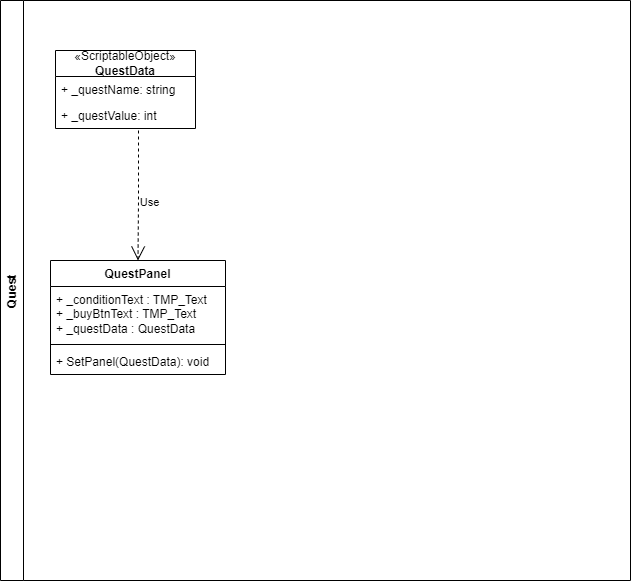
The draw.io diagram Restaurant_Tycoon.drawio.png in jiye-stingray/Restaurant_Tycoon, before a commit. Source tidied: cells renumbered, new cells last; positions are measured from the earlier drawing's top-left corner, leaving out a move shared by most shapes.
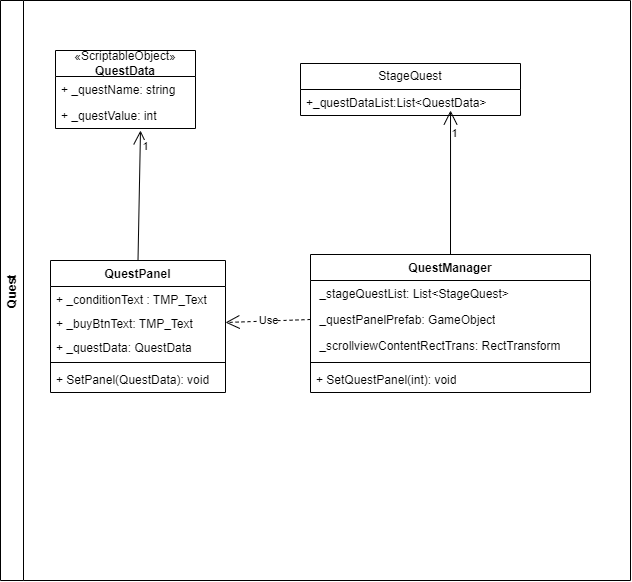
Later version of the same file.

Diff of the diagram source:
```diff
@@ -15,24 +15,63 @@
       <mxGeometry y="52" width="140" height="26" as="geometry" />
     </mxCell>
     <mxCell id="6" value="QuestPanel" style="swimlane;fontStyle=1;align=center;verticalAlign=top;horizontal=1;startSize=26;whiteSpace=wrap;html=1;" parent="2" vertex="1">
-      <mxGeometry x="50" y="260" width="175" height="114" as="geometry" />
+      <mxGeometry x="50" y="260" width="175" height="132" as="geometry" />
     </mxCell>
-    <mxCell id="7" value="+ _conditionText : TMP_Text&lt;br&gt;+&amp;nbsp;_buyBtnText :&amp;nbsp;TMP_Text&lt;br&gt;+ _questData : QuestData" style="text;strokeColor=none;fillColor=none;align=left;verticalAlign=top;spacingLeft=4;spacingRight=4;overflow=hidden;whiteSpace=wrap;html=1;" parent="6" vertex="1">
-      <mxGeometry y="26" width="175" height="54" as="geometry" />
+    <mxCell id="7" value="+ _conditionText : TMP_Text&lt;br&gt;" style="text;strokeColor=none;fillColor=none;align=left;verticalAlign=top;spacingLeft=4;spacingRight=4;overflow=hidden;whiteSpace=wrap;html=1;" parent="6" vertex="1">
+      <mxGeometry y="26" width="175" height="24" as="geometry" />
     </mxCell>
+    <mxCell id="11" value="+ _buyBtnText: TMP_Text" style="text;strokeColor=none;fillColor=none;align=left;verticalAlign=top;spacingLeft=4;spacingRight=4;overflow=hidden;points=[[0,0.5],[1,0.5]];portConstraint=eastwest;whiteSpace=wrap;html=1;" parent="6" vertex="1">
+      <mxGeometry y="50" width="175" height="24" as="geometry" />
+    </mxCell>
+    <mxCell id="12" value="+ _questData: QuestData" style="text;strokeColor=none;fillColor=none;align=left;verticalAlign=top;spacingLeft=4;spacingRight=4;overflow=hidden;whiteSpace=wrap;html=1;" parent="6" vertex="1">
+      <mxGeometry y="74" width="175" height="24" as="geometry" />
+    </mxCell>
     <mxCell id="8" style="line;strokeWidth=1;fillColor=none;align=left;verticalAlign=middle;spacingTop=-1;spacingLeft=3;spacingRight=3;labelPosition=right;strokeColor=inherit;" parent="6" vertex="1">
-      <mxGeometry y="80" width="175" height="8" as="geometry" />
+      <mxGeometry y="98" width="175" height="8" as="geometry" />
     </mxCell>
     <mxCell id="9" value="+ SetPanel(QuestData): void" style="text;strokeColor=none;fillColor=none;align=left;verticalAlign=top;spacingLeft=4;spacingRight=4;overflow=hidden;whiteSpace=wrap;html=1;" parent="6" vertex="1">
-      <mxGeometry y="88" width="175" height="26" as="geometry" />
+      <mxGeometry y="106" width="175" height="26" as="geometry" />
     </mxCell>
+    <mxCell id="13" value="QuestManager" style="swimlane;fontStyle=1;align=center;verticalAlign=top;horizontal=1;startSize=26;whiteSpace=wrap;html=1;" parent="2" vertex="1">
+      <mxGeometry x="310" y="254" width="280" height="138" as="geometry" />
+    </mxCell>
+    <mxCell id="14" value="&amp;nbsp;_stageQuestList: List&amp;lt;StageQuest&amp;gt;" style="text;strokeColor=none;fillColor=none;align=left;verticalAlign=top;spacingLeft=4;spacingRight=4;overflow=hidden;whiteSpace=wrap;html=1;" parent="13" vertex="1">
+      <mxGeometry y="26" width="280" height="26" as="geometry" />
+    </mxCell>
+    <mxCell id="15" value="&amp;nbsp;_questPanelPrefab: GameObject" style="text;strokeColor=none;fillColor=none;align=left;verticalAlign=top;spacingLeft=4;spacingRight=4;overflow=hidden;points=[[0,0.5],[1,0.5]];portConstraint=eastwest;whiteSpace=wrap;html=1;" parent="13" vertex="1">
+      <mxGeometry y="52" width="280" height="26" as="geometry" />
+    </mxCell>
+    <mxCell id="16" value="&amp;nbsp;_scrollviewContentRectTrans: RectTransform" style="text;strokeColor=none;fillColor=none;align=left;verticalAlign=top;spacingLeft=4;spacingRight=4;overflow=hidden;whiteSpace=wrap;html=1;" parent="13" vertex="1">
+      <mxGeometry y="78" width="280" height="26" as="geometry" />
+    </mxCell>
+    <mxCell id="17" style="line;strokeWidth=1;fillColor=none;align=left;verticalAlign=middle;spacingTop=-1;spacingLeft=3;spacingRight=3;labelPosition=right;strokeColor=inherit;" parent="13" vertex="1">
+      <mxGeometry y="104" width="280" height="8" as="geometry" />
+    </mxCell>
+    <mxCell id="18" value="+ SetQuestPanel(int): void" style="text;strokeColor=none;fillColor=none;align=left;verticalAlign=top;spacingLeft=4;spacingRight=4;overflow=hidden;whiteSpace=wrap;html=1;" parent="13" vertex="1">
+      <mxGeometry y="112" width="280" height="26" as="geometry" />
+    </mxCell>
+    <mxCell id="19" value="StageQuest" style="swimlane;fontStyle=0;horizontal=1;startSize=26;fillColor=none;whiteSpace=wrap;html=1;" parent="2" vertex="1">
+      <mxGeometry x="300" y="63" width="220" height="52" as="geometry" />
+    </mxCell>
+    <mxCell id="20" value="+_questDataList:List&amp;lt;QuestData&amp;gt;" style="text;strokeColor=none;fillColor=none;align=left;verticalAlign=top;spacingLeft=4;spacingRight=4;overflow=hidden;points=[[0,0.5],[1,0.5]];portConstraint=eastwest;whiteSpace=wrap;html=1;" parent="19" vertex="1">
+      <mxGeometry y="26" width="220" height="26" as="geometry" />
+    </mxCell>
+    <mxCell id="21" style="endArrow=open;endFill=1;endSize=12;html=1;rounded=0;exitX=0.5;exitY=0;exitDx=0;exitDy=0;" parent="2" edge="1" source="6">
+      <mxGeometry relative="1" as="geometry">
+        <mxPoint x="140" y="130" as="targetPoint" />
+      </mxGeometry>
+    </mxCell>
+    <mxCell id="22" value="1" style="edgeLabel;html=1;align=center;verticalAlign=middle;" parent="21" vertex="1">
+      <mxGeometry x="0.77" y="-5" relative="1" as="geometry" />
+    </mxCell>
+    <mxCell id="23" style="endArrow=open;endFill=1;endSize=12;html=1;rounded=0;exitX=0.5;exitY=0;exitDx=0;exitDy=0;entryX=0.682;entryY=0.808;entryDx=0;entryDy=0;entryPerimeter=0;" parent="2" edge="1" source="13" target="20">
+      <mxGeometry relative="1" as="geometry" />
+    </mxCell>
+    <mxCell id="24" value="1" style="edgeLabel;html=1;align=center;verticalAlign=middle;" parent="23" vertex="1">
+      <mxGeometry x="0.69" y="-4" relative="1" as="geometry" />
+    </mxCell>
-    <mxCell id="10" value="Use" style="endArrow=open;endSize=12;dashed=1;html=1;rounded=0;entryX=0.5;entryY=0;entryDx=0;entryDy=0;" parent="2" edge="1" target="6">
-      <mxGeometry x="0.1" y="11" relative="1" as="geometry">
-        <mxPoint x="138" y="130" as="sourcePoint" />
-        <Array as="points">
-          <mxPoint x="138" y="200" />
-        </Array>
-      </mxGeometry>
+    <mxCell id="10" value="Use" style="endArrow=open;endSize=12;dashed=1;html=1;rounded=0;exitX=0;exitY=0.5;exitDx=0;exitDy=0;entryX=1;entryY=0.5;entryDx=0;entryDy=0;" parent="2" edge="1" source="15" target="11">
+      <mxGeometry relative="1" as="geometry" />
     </mxCell>
   </root>
 </mxGraphModel>
```
